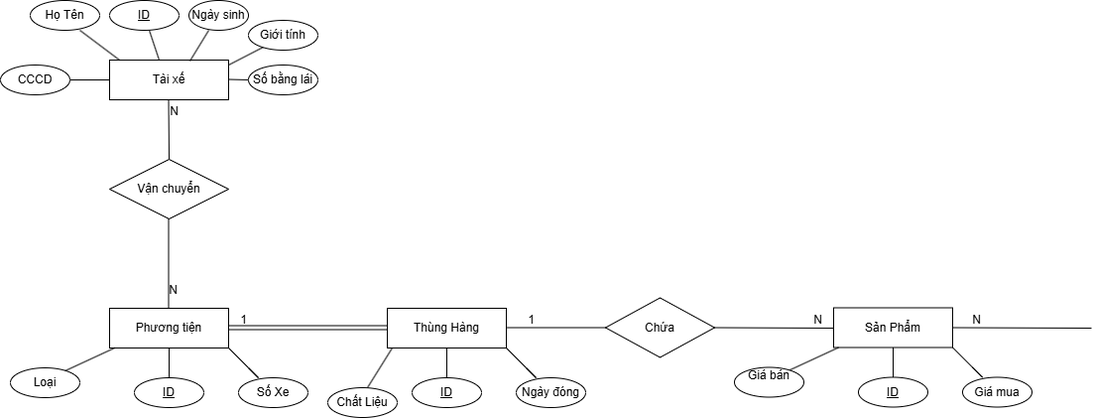
Earlier version of the draw.io export Biểu đồ không có tiêu đề.drawio.png (Dungnony/08-03). Source tidied: cells renumbered, new cells last; positions are measured from the earlier drawing's top-left corner, leaving out a move shared by most shapes.
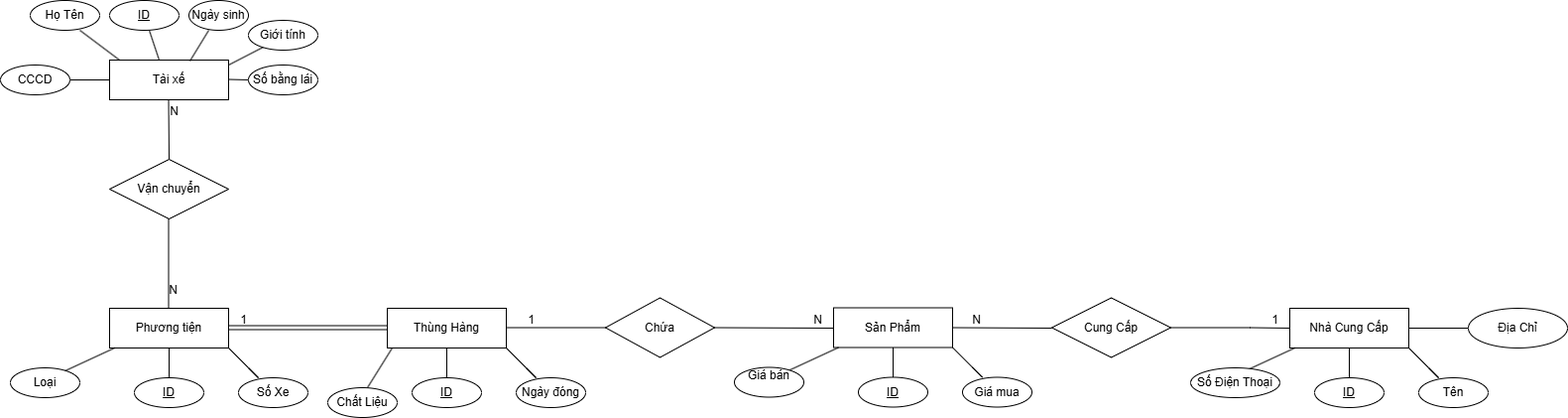
Later version of the same file.

Commit message:
Cập nhật Biểu đồ không có tiêu đề.drawio.png

Diff of the diagram source:
```diff
@@ -215,13 +215,71 @@
     <mxCell id="49" style="endArrow=none;html=1;rounded=0;" parent="1" edge="1">
       <mxGeometry relative="1" as="geometry">
         <mxPoint x="960" y="329.5" as="sourcePoint" />
-        <mxPoint x="1100" y="330" as="targetPoint" />
+        <mxPoint x="1060" y="330" as="targetPoint" />
       </mxGeometry>
     </mxCell>
     <mxCell id="50" value="N" style="html=1;whiteSpace=wrap;align=right;verticalAlign=bottom;" parent="49" vertex="1">
       <mxGeometry x="1" relative="1" as="geometry">
-        <mxPoint x="-110" as="offset" />
+        <mxPoint x="-70" as="offset" />
       </mxGeometry>
     </mxCell>
+    <mxCell id="51" value="Cung Cấp" style="shape=rhombus;perimeter=rhombusPerimeter;whiteSpace=wrap;html=1;align=center;" parent="1" vertex="1">
+      <mxGeometry x="1060" y="299.5" width="120" height="60" as="geometry" />
+    </mxCell>
+    <mxCell id="52" style="endArrow=none;html=1;rounded=0;" parent="1" edge="1">
+      <mxGeometry relative="1" as="geometry">
+        <mxPoint x="1180" y="329.5" as="sourcePoint" />
+        <mxPoint x="1300" y="330" as="targetPoint" />
+        <Array as="points">
+          <mxPoint x="1260" y="329.5" />
+        </Array>
+      </mxGeometry>
+    </mxCell>
+    <mxCell id="53" value="1" style="html=1;whiteSpace=wrap;align=right;verticalAlign=bottom;" parent="52" vertex="1">
+      <mxGeometry x="1" relative="1" as="geometry">
+        <mxPoint x="-10" as="offset" />
+      </mxGeometry>
+    </mxCell>
+    <mxCell id="54" style="html=1;whiteSpace=wrap;align=right;verticalAlign=bottom;" parent="1" vertex="1">
+      <mxGeometry x="1369.5" y="300" as="geometry" />
+    </mxCell>
+    <mxCell id="55" value="Nhà Cung Cấp" style="rounded=0;whiteSpace=wrap;html=1;" parent="1" vertex="1">
+      <mxGeometry x="1300" y="310" width="120" height="40" as="geometry" />
+    </mxCell>
+    <mxCell id="56" style="endArrow=none;html=1;rounded=0;" parent="1" edge="1">
+      <mxGeometry relative="1" as="geometry">
+        <mxPoint x="1240" y="380" as="sourcePoint" />
+        <mxPoint x="1305" y="350" as="targetPoint" />
+      </mxGeometry>
+    </mxCell>
+    <mxCell id="57" value="Số Điện Thoại" style="ellipse;whiteSpace=wrap;html=1;align=center;" parent="1" vertex="1">
+      <mxGeometry x="1200" y="370" width="90" height="30" as="geometry" />
+    </mxCell>
+    <mxCell id="58" style="endArrow=none;html=1;rounded=0;entryX=0.5;entryY=1;entryDx=0;entryDy=0;" parent="1" edge="1" target="55">
+      <mxGeometry relative="1" as="geometry">
+        <mxPoint x="1360" y="380" as="sourcePoint" />
+      </mxGeometry>
+    </mxCell>
+    <mxCell id="59" value="ID" style="ellipse;whiteSpace=wrap;html=1;align=center;fontStyle=4;" parent="1" vertex="1">
+      <mxGeometry x="1325" y="380" width="70" height="30" as="geometry" />
+    </mxCell>
+    <mxCell id="60" style="endArrow=none;html=1;rounded=0;entryX=1;entryY=1;entryDx=0;entryDy=0;" parent="1" edge="1" target="55">
+      <mxGeometry relative="1" as="geometry">
+        <mxPoint x="1440" y="370" as="sourcePoint" />
+        <Array as="points">
+          <mxPoint x="1450" y="380" />
+          <mxPoint x="1440" y="370" />
+        </Array>
+      </mxGeometry>
+    </mxCell>
+    <mxCell id="61" value="Tên" style="ellipse;whiteSpace=wrap;html=1;align=center;" parent="1" vertex="1">
+      <mxGeometry x="1430" y="380" width="70" height="30" as="geometry" />
+    </mxCell>
+    <mxCell id="62" style="line;strokeWidth=1;dashed=0;labelPosition=right;align=left;verticalAlign=middle;spacingTop=0;spacingLeft=6;" parent="1" vertex="1">
+      <mxGeometry x="1420" y="325" width="60" height="10" as="geometry" />
+    </mxCell>
+    <mxCell id="63" value="Địa Chỉ" style="ellipse;whiteSpace=wrap;html=1;align=center;" parent="1" vertex="1">
+      <mxGeometry x="1480" y="310" width="100" height="40" as="geometry" />
+    </mxCell>
   </root>
 </mxGraphModel>
```
